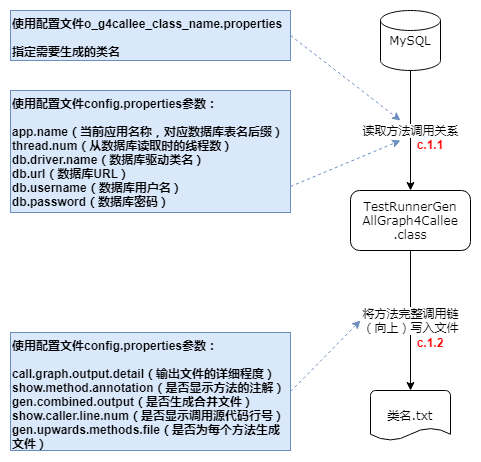
This is pic/args-use-c.1.png from Adrninistrator/java-all-call-graph, a draw.io export, as it was before one commit. Source tidied: cells renumbered, new cells last; positions are measured from the earlier drawing's top-left corner, leaving out a move shared by most shapes.
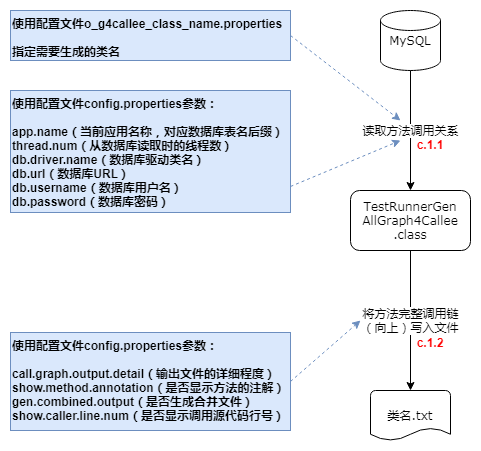
The same diagram one commit later.

What changed in the source:
```diff
@@ -31,8 +31,8 @@
         <mxPoint x="390" y="130" as="targetPoint" />
       </mxGeometry>
     </mxCell>
-    <mxCell id="10" value="使用配置文件config.properties参数：&lt;br&gt;&lt;br&gt;&lt;div&gt;call.graph.output.detail（输出文件的详细程度）&lt;/div&gt;&lt;div&gt;show.method.annotation（是否显示方法的注解）&lt;/div&gt;&lt;div&gt;gen.combined.output（是否生成合并文件）&lt;/div&gt;&lt;div&gt;show.caller.line.num（是否显示调用源代码行号）&lt;br&gt;&lt;/div&gt;&lt;div&gt;gen.upwards.methods.file（是否为每个方法生成文件）&lt;br&gt;&lt;/div&gt;" style="rounded=0;whiteSpace=wrap;html=1;align=left;verticalAlign=top;fillColor=#dae8fc;strokeColor=#6c8ebf;fontStyle=1;" parent="1" vertex="1">
-      <mxGeometry y="322" width="280" height="118" as="geometry" />
+    <mxCell id="10" value="使用配置文件config.properties参数：&lt;br&gt;&lt;br&gt;&lt;div&gt;call.graph.output.detail（输出文件的详细程度）&lt;/div&gt;&lt;div&gt;show.method.annotation（是否显示方法的注解）&lt;/div&gt;&lt;div&gt;gen.combined.output（是否生成合并文件）&lt;/div&gt;&lt;div&gt;show.caller.line.num（是否显示调用源代码行号）&lt;/div&gt;" style="rounded=0;whiteSpace=wrap;html=1;align=left;verticalAlign=top;fillColor=#dae8fc;strokeColor=#6c8ebf;fontStyle=1;" parent="1" vertex="1">
+      <mxGeometry y="322" width="280" height="98" as="geometry" />
     </mxCell>
     <mxCell id="11" style="endArrow=classic;html=1;exitX=1;exitY=0.5;exitDx=0;exitDy=0;dashed=1;fillColor=#dae8fc;strokeColor=#6c8ebf;" parent="1" edge="1" source="10">
       <mxGeometry relative="1" as="geometry">
```
